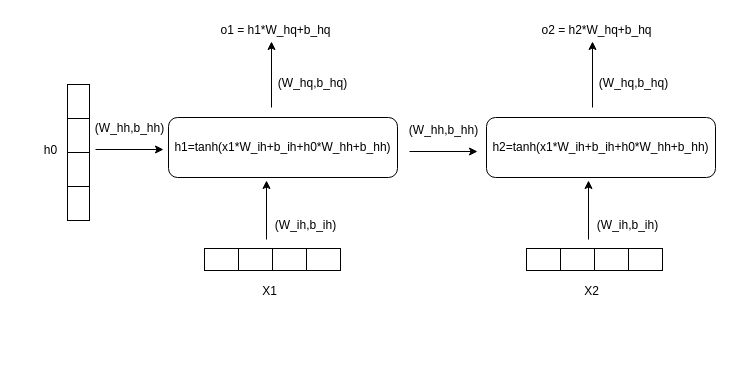
The draw.io diagram 未命名绘图.drawio in MrLeiPan/draw, before the edit. Source tidied: cells renumbered, new cells numbered last; positions are measured from the earlier drawing's top-left corner, leaving out a move shared by most shapes. Both pictures are drawn from the tidied source at 100%, with x=0, y=0 at pixel (10, 17).
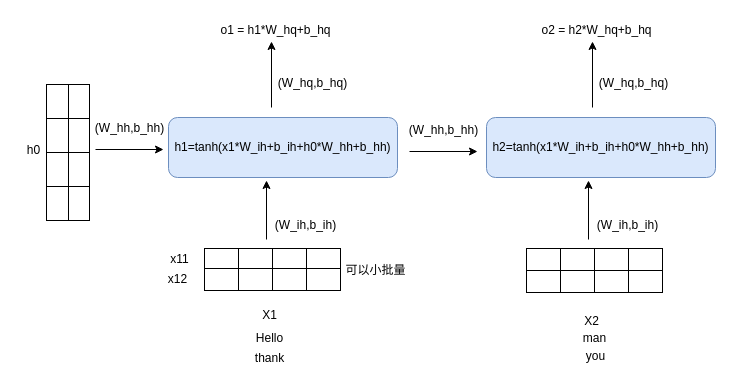
The same page after the edit.

Commit message:
更新未命名绘图.drawio

What changed in the source:
```diff
@@
     <mxCell id="2" value="X1" style="text;html=1;align=center;verticalAlign=middle;strokeColor=none;fillColor=none;" parent="1" vertex="1">
-      <mxGeometry x="242" y="261" width="33" height="26" as="geometry" />
+      <mxGeometry x="242" y="285" width="33" height="26" as="geometry" />
     </mxCell>
@@
     <mxCell id="10" value="h0" style="text;html=1;align=center;verticalAlign=middle;strokeColor=none;fillColor=none;" parent="1" vertex="1">
-      <mxGeometry x="24" y="120" width="31" height="26" as="geometry" />
+      <mxGeometry x="7" y="120" width="31" height="26" as="geometry" />
     </mxCell>
@@
-    <mxCell id="19" value="h1=tanh(x1*W_ih+b_ih+h0*W_hh+b_hh)" style="rounded=1;whiteSpace=wrap;html=1;" parent="1" vertex="1">
+    <mxCell id="19" value="h1=tanh(x1*W_ih+b_ih+h0*W_hh+b_hh)" style="rounded=1;whiteSpace=wrap;html=1;fillColor=#dae8fc;strokeColor=#6c8ebf;" parent="1" vertex="1">
       <mxGeometry x="158" y="100" width="229" height="60" as="geometry" />
     </mxCell>
@@
-    <mxCell id="24" value="h2=tanh(x1*W_ih+b_ih+h0*W_hh+b_hh)" style="rounded=1;whiteSpace=wrap;html=1;" parent="1" vertex="1">
+    <mxCell id="24" value="h2=tanh(x1*W_ih+b_ih+h0*W_hh+b_hh)" style="rounded=1;whiteSpace=wrap;html=1;fillColor=#dae8fc;strokeColor=#6c8ebf;" parent="1" vertex="1">
       <mxGeometry x="476" y="100" width="229" height="60" as="geometry" />
     </mxCell>
     <mxCell id="25" value="X2" style="text;html=1;align=center;verticalAlign=middle;strokeColor=none;fillColor=none;" parent="1" vertex="1">
-      <mxGeometry x="564" y="261" width="33" height="26" as="geometry" />
+      <mxGeometry x="564" y="291" width="33" height="26" as="geometry" />
     </mxCell>
@@
+    <mxCell id="36" value="Hello" style="text;html=1;align=center;verticalAlign=middle;strokeColor=none;fillColor=none;" parent="1" vertex="1">
+      <mxGeometry x="236" y="308" width="45" height="26" as="geometry" />
+    </mxCell>
+    <mxCell id="37" value="man" style="text;html=1;align=center;verticalAlign=middle;strokeColor=none;fillColor=none;" parent="1" vertex="1">
+      <mxGeometry x="563.5" y="308" width="41" height="26" as="geometry" />
+    </mxCell>
+    <mxCell id="38" style="group;" parent="1" vertex="1">
+      <mxGeometry x="194" y="251" width="136" height="22" as="geometry" />
+    </mxCell>
+    <mxCell id="39" style="rounded=0;whiteSpace=wrap;html=1;" parent="38" vertex="1">
+      <mxGeometry width="34" height="22" as="geometry" />
+    </mxCell>
+    <mxCell id="40" style="rounded=0;whiteSpace=wrap;html=1;" parent="38" vertex="1">
+      <mxGeometry x="34" width="34" height="22" as="geometry" />
+    </mxCell>
+    <mxCell id="41" style="rounded=0;whiteSpace=wrap;html=1;" parent="38" vertex="1">
+      <mxGeometry x="68" width="34" height="22" as="geometry" />
+    </mxCell>
+    <mxCell id="42" style="rounded=0;whiteSpace=wrap;html=1;" parent="38" vertex="1">
+      <mxGeometry x="102" width="34" height="22" as="geometry" />
+    </mxCell>
+    <mxCell id="43" style="group;" parent="1" vertex="1">
+      <mxGeometry x="516" y="253" width="136" height="22" as="geometry" />
+    </mxCell>
+    <mxCell id="44" style="rounded=0;whiteSpace=wrap;html=1;" parent="43" vertex="1">
+      <mxGeometry width="34" height="22" as="geometry" />
+    </mxCell>
+    <mxCell id="45" style="rounded=0;whiteSpace=wrap;html=1;" parent="43" vertex="1">
+      <mxGeometry x="34" width="34" height="22" as="geometry" />
+    </mxCell>
+    <mxCell id="46" style="rounded=0;whiteSpace=wrap;html=1;" parent="43" vertex="1">
+      <mxGeometry x="68" width="34" height="22" as="geometry" />
+    </mxCell>
+    <mxCell id="47" style="rounded=0;whiteSpace=wrap;html=1;" parent="43" vertex="1">
+      <mxGeometry x="102" width="34" height="22" as="geometry" />
+    </mxCell>
+    <mxCell id="48" value="x11" style="text;html=1;align=center;verticalAlign=middle;strokeColor=none;fillColor=none;" parent="1" vertex="1">
+      <mxGeometry x="151" y="229" width="36" height="26" as="geometry" />
+    </mxCell>
+    <mxCell id="49" value="x12" style="text;html=1;align=center;verticalAlign=middle;strokeColor=none;fillColor=none;" parent="1" vertex="1">
+      <mxGeometry x="148" y="249" width="37" height="26" as="geometry" />
+    </mxCell>
+    <mxCell id="50" value="可以小批量" style="text;html=1;align=center;verticalAlign=middle;strokeColor=none;fillColor=none;" parent="1" vertex="1">
+      <mxGeometry x="326" y="240" width="78" height="26" as="geometry" />
+    </mxCell>
+    <mxCell id="51" value="thank" style="text;html=1;align=center;verticalAlign=middle;strokeColor=none;fillColor=none;" parent="1" vertex="1">
+      <mxGeometry x="235" y="328" width="47" height="26" as="geometry" />
+    </mxCell>
+    <mxCell id="52" value="you" style="text;html=1;align=center;verticalAlign=middle;strokeColor=none;fillColor=none;" parent="1" vertex="1">
+      <mxGeometry x="566.5" y="326" width="37" height="26" as="geometry" />
+    </mxCell>
+    <mxCell id="53" style="group;rotation=90;" parent="1" vertex="1">
+      <mxGeometry x="-21" y="124" width="136" height="22" as="geometry" />
+    </mxCell>
+    <mxCell id="54" style="rounded=0;whiteSpace=wrap;html=1;rotation=90;" parent="53" vertex="1">
+      <mxGeometry x="51" y="-51" width="34" height="22" as="geometry" />
+    </mxCell>
+    <mxCell id="55" style="rounded=0;whiteSpace=wrap;html=1;rotation=90;" parent="53" vertex="1">
+      <mxGeometry x="51" y="-17" width="34" height="22" as="geometry" />
+    </mxCell>
+    <mxCell id="56" style="rounded=0;whiteSpace=wrap;html=1;rotation=90;" parent="53" vertex="1">
+      <mxGeometry x="51" y="17" width="34" height="22" as="geometry" />
+    </mxCell>
+    <mxCell id="57" style="rounded=0;whiteSpace=wrap;html=1;rotation=90;" parent="53" vertex="1">
+      <mxGeometry x="51" y="51" width="34" height="22" as="geometry" />
+    </mxCell>
```
